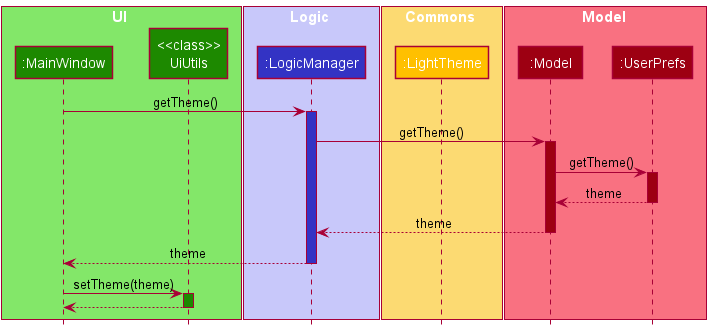
This is docs/images/developer-guide/UiThemeSequenceDiagram.png from ryanpeh/SmartNUS, a PlantUML export, as it was before one commit. The source it was exported from:
```plantuml
@startuml
!include style.puml

box UI UI_COLOR_T1
participant ":MainWindow" as MainWindow UI_COLOR
participant "<<class>>\nUiUtils" as UiUtils UI_COLOR
end box

box Logic LOGIC_COLOR_T1
participant ":LogicManager" as LogicManager LOGIC_COLOR
end box

box Commons COMMON_COLOR_T1
participant ":LightTheme" as LightTheme COMMON_COLOR
end box

box Model MODEL_COLOR_T1
participant ":Model" as Model MODEL_COLOR
participant ":UserPrefs" as UserPrefs MODEL_COLOR
end box

MainWindow -> LogicManager : getTheme()
activate LogicManager LOGIC_COLOR

LogicManager -> Model : getTheme()
activate Model MODEL_COLOR

Model -> UserPrefs : getTheme()
activate UserPrefs MODEL_COLOR

UserPrefs --> Model : theme
deactivate UserPrefs

Model --> LogicManager : theme
deactivate Model

LogicManager --> MainWindow : theme
deactivate LogicManager

MainWindow -> UiUtils : setTheme(theme)
activate UiUtils UI_COLOR

UiUtils --> MainWindow
deactivate UiUtils

deactivate MainWindow




@enduml
```
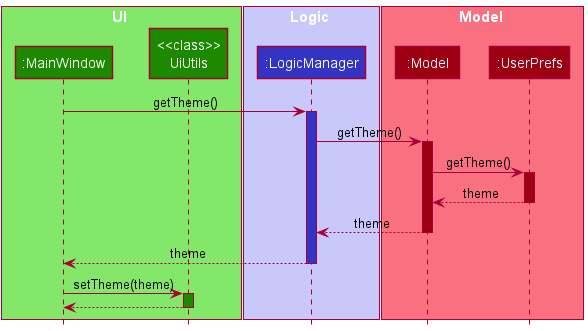
The same diagram one commit later.

Diff of the diagram source:
```diff
@@ -8,10 +8,6 @@
 
 box Logic LOGIC_COLOR_T1
 participant ":LogicManager" as LogicManager LOGIC_COLOR
-end box
-
-box Commons COMMON_COLOR_T1
-participant ":LightTheme" as LightTheme COMMON_COLOR
 end box
 
 box Model MODEL_COLOR_T1
```
